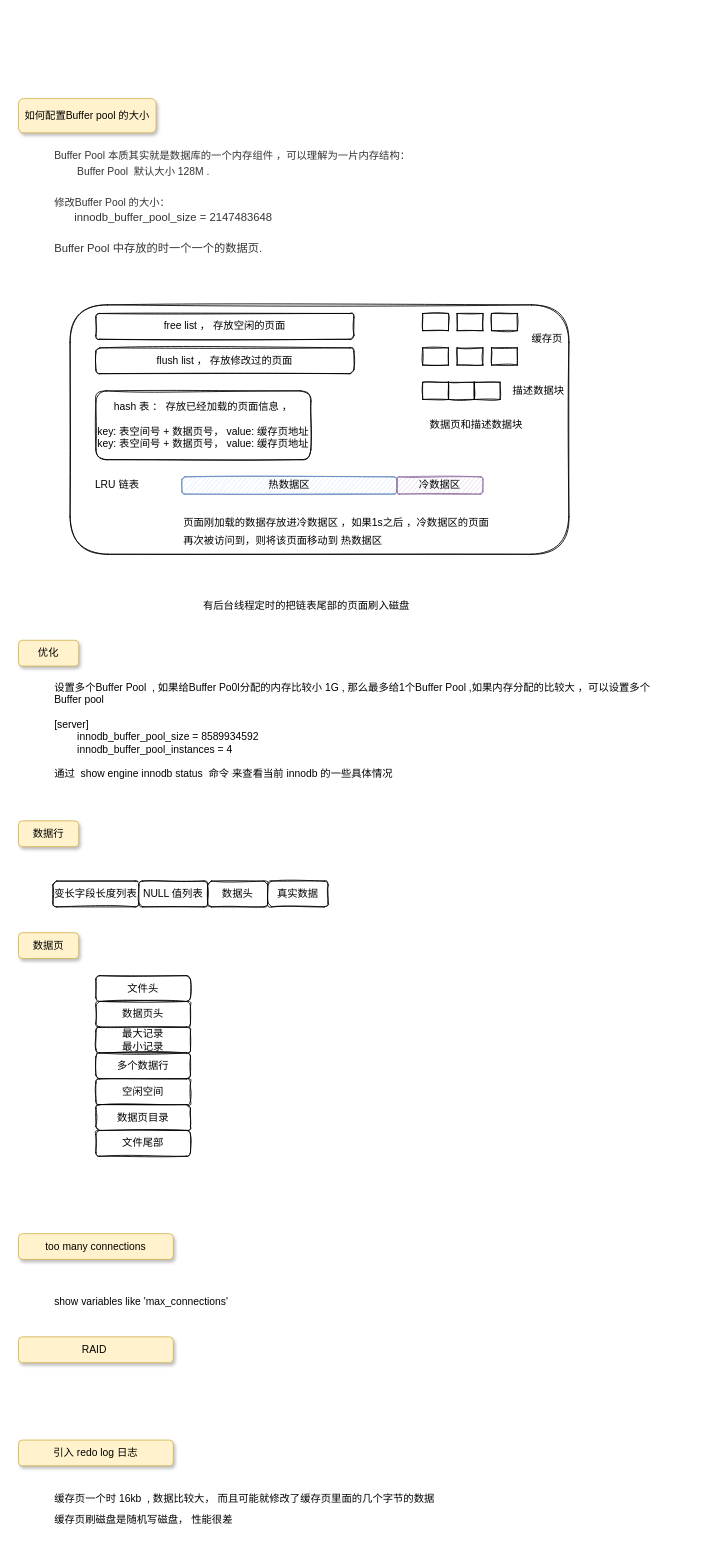
topyuluo/photo-project keeps this draw.io diagram as page "Buffer Pool" (2 of 6) of mysql 实战优化 .drawio. Above is the earlier version. Source tidied: cells renumbered, new cells numbered last; positions are measured from the earlier drawing's top-left corner, leaving out a move shared by most shapes. Both pictures are drawn from the tidied source at 86%, with x=0, y=0 at pixel (18, 98).
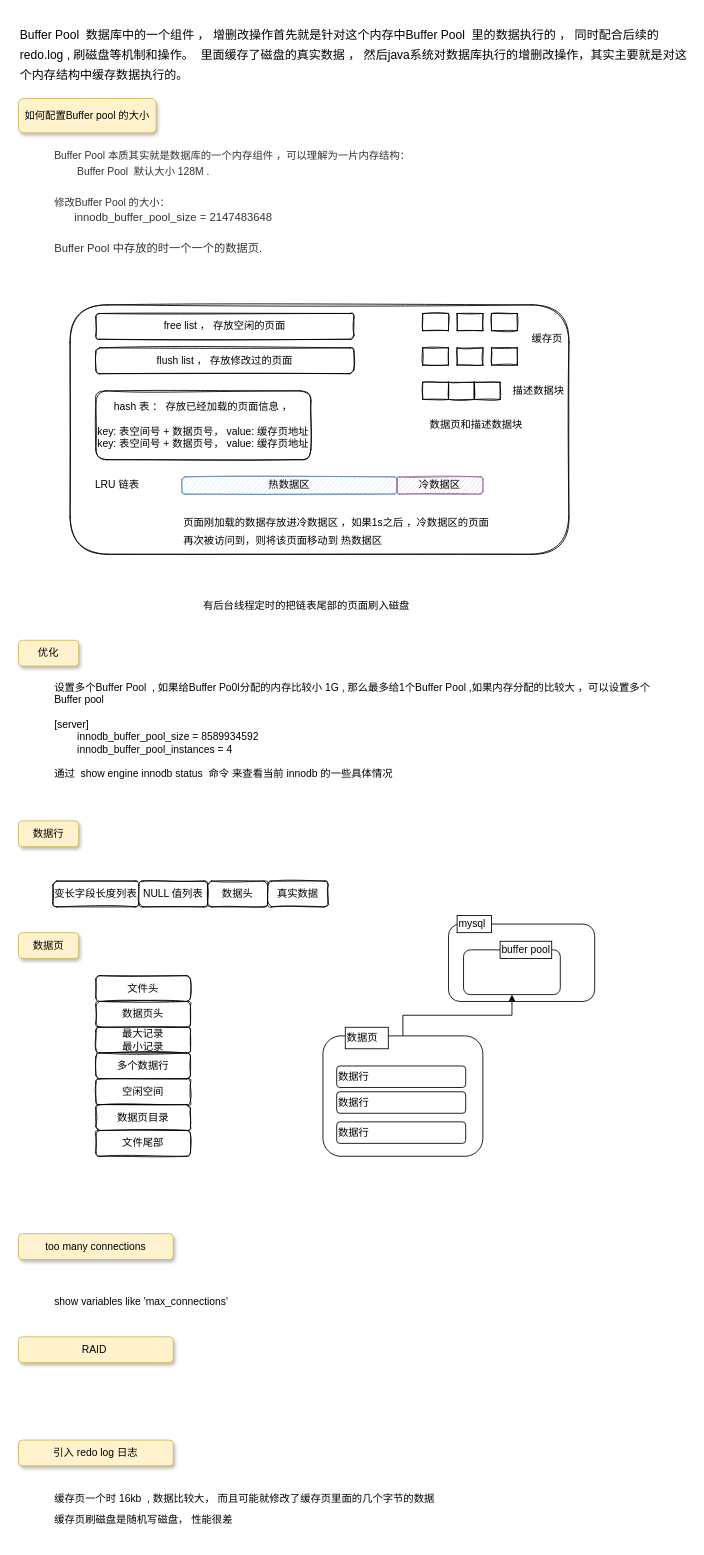
The same page after the edit.

Commit message:
更新mysql 实战优化 .drawio

What changed in the source:
```diff
@@
+    <mxCell id="45" value="&lt;p style=&quot;line-height: 190%&quot;&gt;&lt;font style=&quot;font-size: 14px&quot;&gt;Buffer Pool&amp;nbsp; 数据库中的一个组件 ， 增删改操作首先就是针对这个内存中Buffer Pool&amp;nbsp; 里的数据执行的 ， 同时配合后续的redo.log , 刷磁盘等机制和操作。&amp;nbsp; 里面缓存了磁盘的真实数据 ， 然后java系统对数据库执行的增删改操作，其实主要就是对这个内存结构中缓存数据执行的。&lt;/font&gt;&lt;/p&gt;" style="text;html=1;strokeColor=none;fillColor=none;align=left;verticalAlign=middle;whiteSpace=wrap;rounded=0;" parent="1" vertex="1">
+      <mxGeometry y="-80" width="780" height="60" as="geometry" />
+    </mxCell>
+    <mxCell id="46" style="rounded=1;whiteSpace=wrap;html=1;align=left;" parent="1" vertex="1">
+      <mxGeometry x="500" y="960" width="170" height="90" as="geometry" />
+    </mxCell>
+    <mxCell id="47" value="mysql" style="rounded=0;whiteSpace=wrap;html=1;align=left;" parent="1" vertex="1">
+      <mxGeometry x="510" y="950" width="40" height="20" as="geometry" />
+    </mxCell>
+    <mxCell id="48" style="rounded=1;whiteSpace=wrap;html=1;align=left;" parent="1" vertex="1">
+      <mxGeometry x="517.5" y="990" width="112.5" height="52" as="geometry" />
+    </mxCell>
+    <mxCell id="49" value="buffer pool" style="rounded=0;whiteSpace=wrap;html=1;align=left;" parent="1" vertex="1">
+      <mxGeometry x="560" y="980" width="60" height="20" as="geometry" />
+    </mxCell>
+    <mxCell id="50" style="edgeStyle=orthogonalEdgeStyle;rounded=0;jettySize=auto;html=1;exitX=0.5;exitY=0;exitDx=0;exitDy=0;" parent="1" edge="1" source="51" target="48">
+      <mxGeometry relative="1" as="geometry" />
+    </mxCell>
+    <mxCell id="51" style="rounded=1;whiteSpace=wrap;html=1;align=left;" parent="1" vertex="1">
+      <mxGeometry x="354" y="1090" width="186" height="140" as="geometry" />
+    </mxCell>
+    <mxCell id="52" value="数据页" style="rounded=0;whiteSpace=wrap;html=1;align=left;" parent="1" vertex="1">
+      <mxGeometry x="380" y="1080" width="50" height="25" as="geometry" />
+    </mxCell>
+    <mxCell id="53" value="数据行" style="rounded=1;whiteSpace=wrap;html=1;align=left;" parent="1" vertex="1">
+      <mxGeometry x="370" y="1125" width="150" height="25" as="geometry" />
+    </mxCell>
+    <mxCell id="54" value="数据行" style="rounded=1;whiteSpace=wrap;html=1;align=left;" parent="1" vertex="1">
+      <mxGeometry x="370" y="1155" width="150" height="25" as="geometry" />
+    </mxCell>
+    <mxCell id="55" value="数据行" style="rounded=1;whiteSpace=wrap;html=1;align=left;" parent="1" vertex="1">
+      <mxGeometry x="370" y="1190" width="150" height="25" as="geometry" />
+    </mxCell>
```
